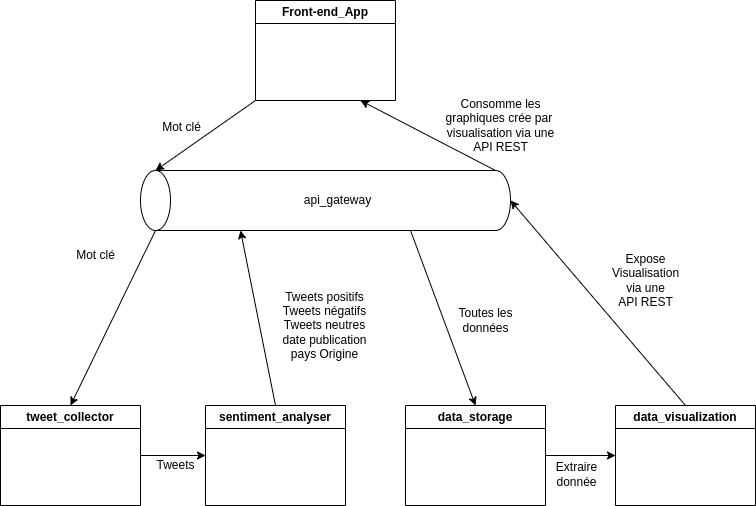
akai-code/devops keeps this draw.io diagram as doc_img/img/architecture.drawio.png. Above is the earlier version. Source tidied: cells renumbered, new cells last; positions are measured from the earlier drawing's top-left corner, leaving out a move shared by most shapes.
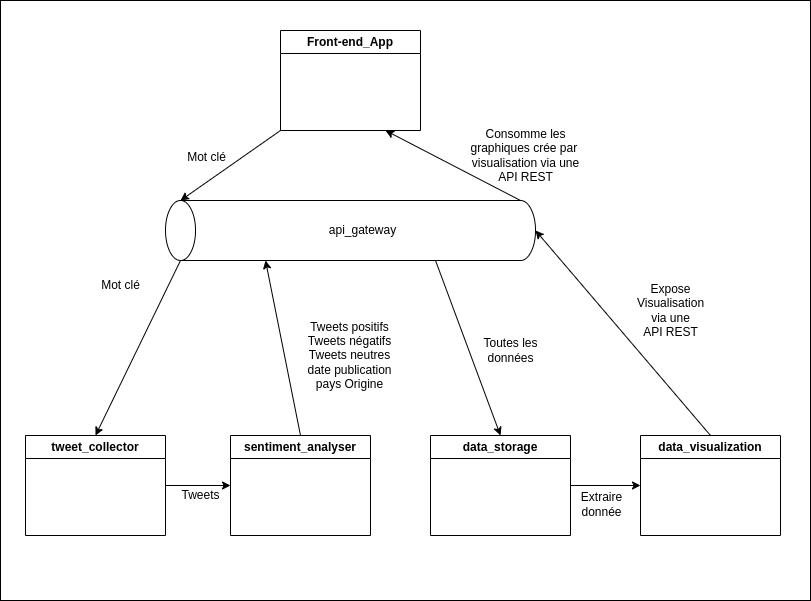
The same diagram one commit later.

Change to the diagram source:
```diff
@@ -2,6 +2,9 @@
   <root>
     <mxCell id="0" />
     <mxCell id="1" parent="0" />
+    <mxCell id="24" style="rounded=0;whiteSpace=wrap;html=1;fillColor=default;" parent="1" vertex="1">
+      <mxGeometry x="-25" y="-30" width="810" height="600" as="geometry" />
+    </mxCell>
     <mxCell id="2" value="Front-end_App" style="swimlane;whiteSpace=wrap;html=1;" parent="1" vertex="1">
       <mxGeometry x="255" width="140" height="100" as="geometry" />
     </mxCell>
```
